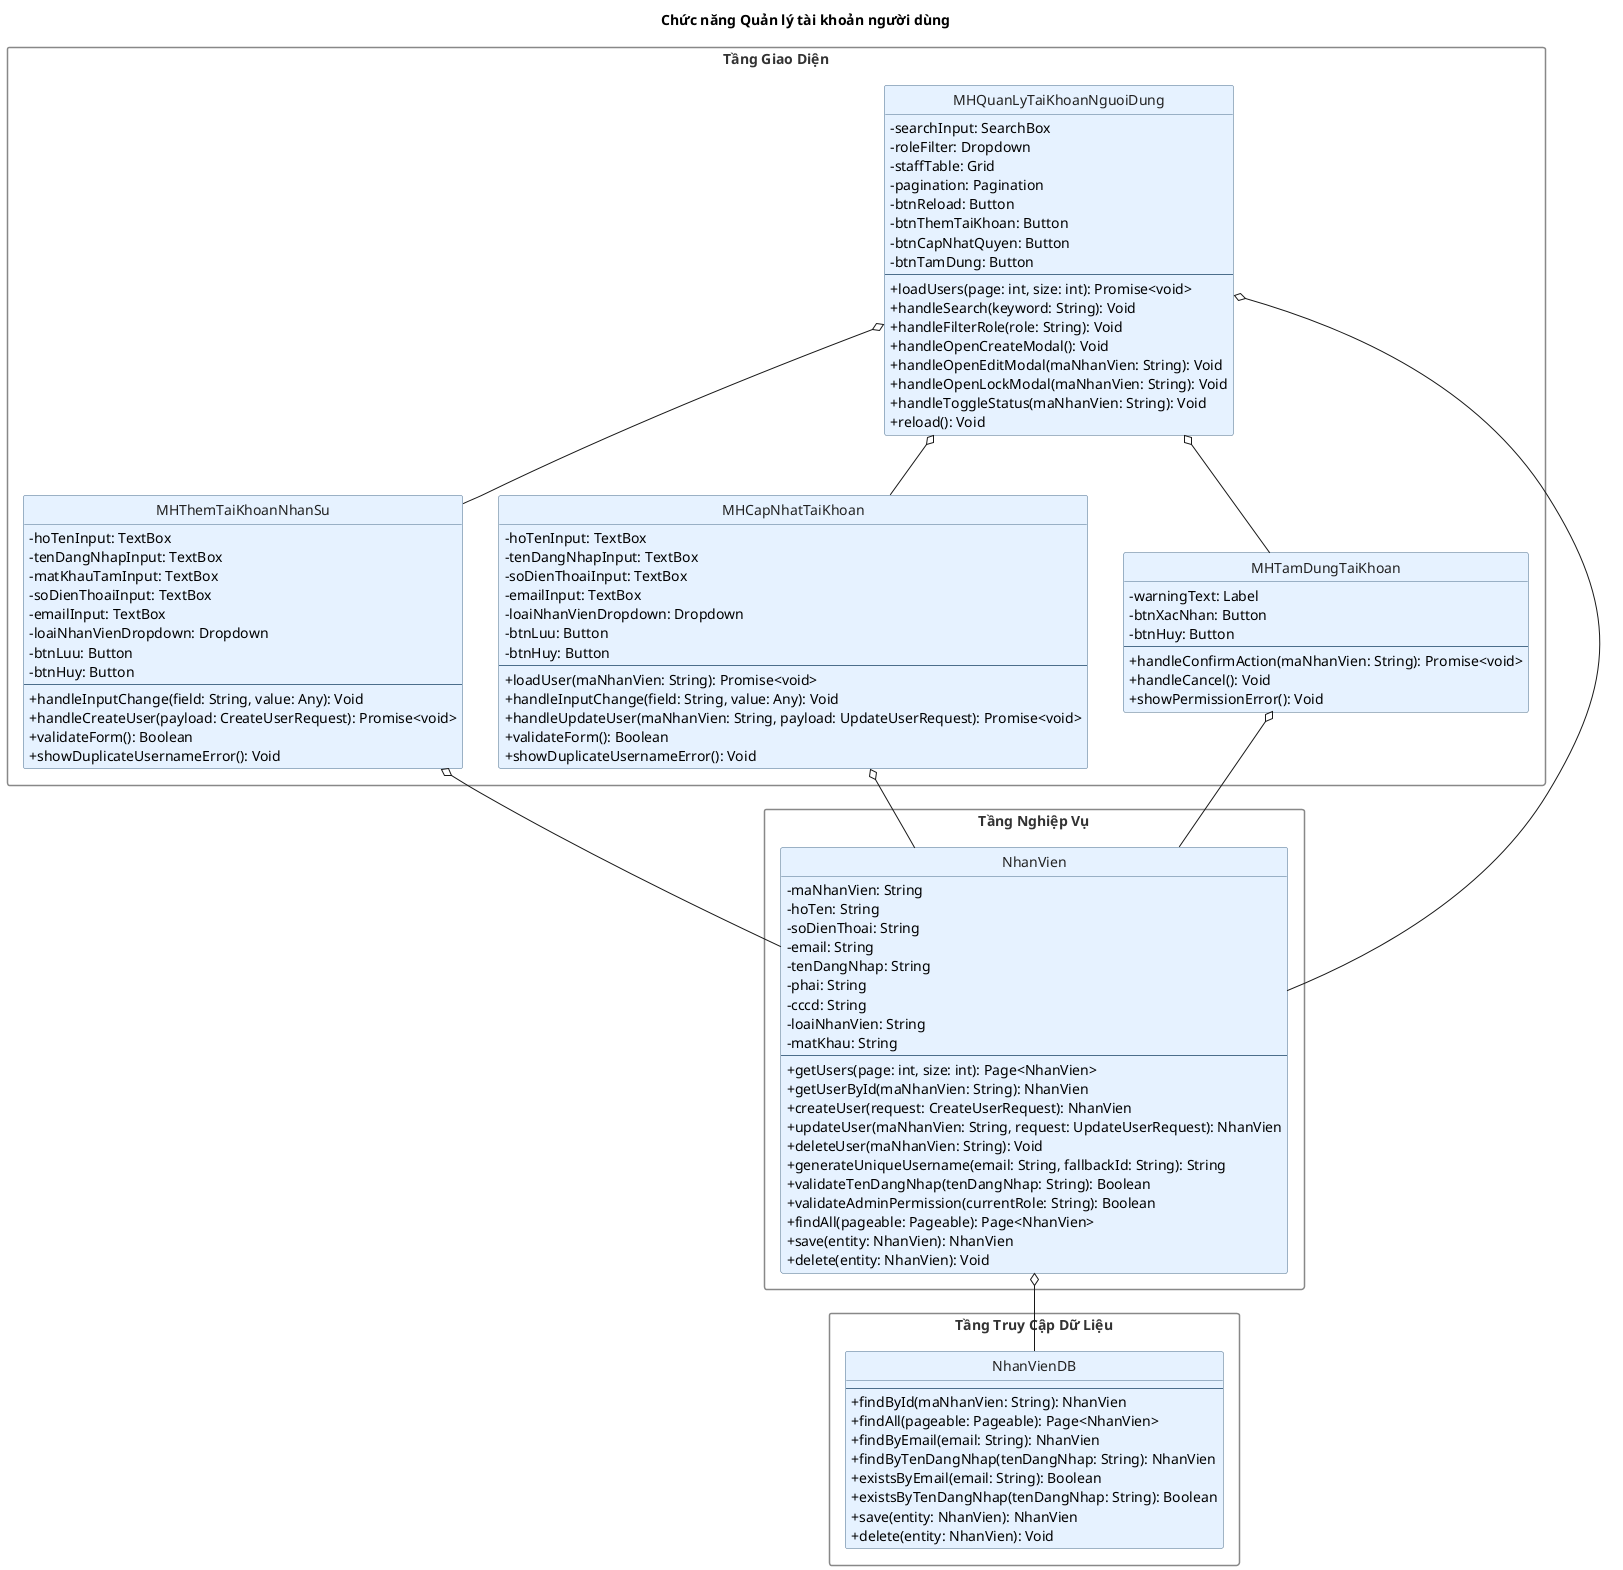
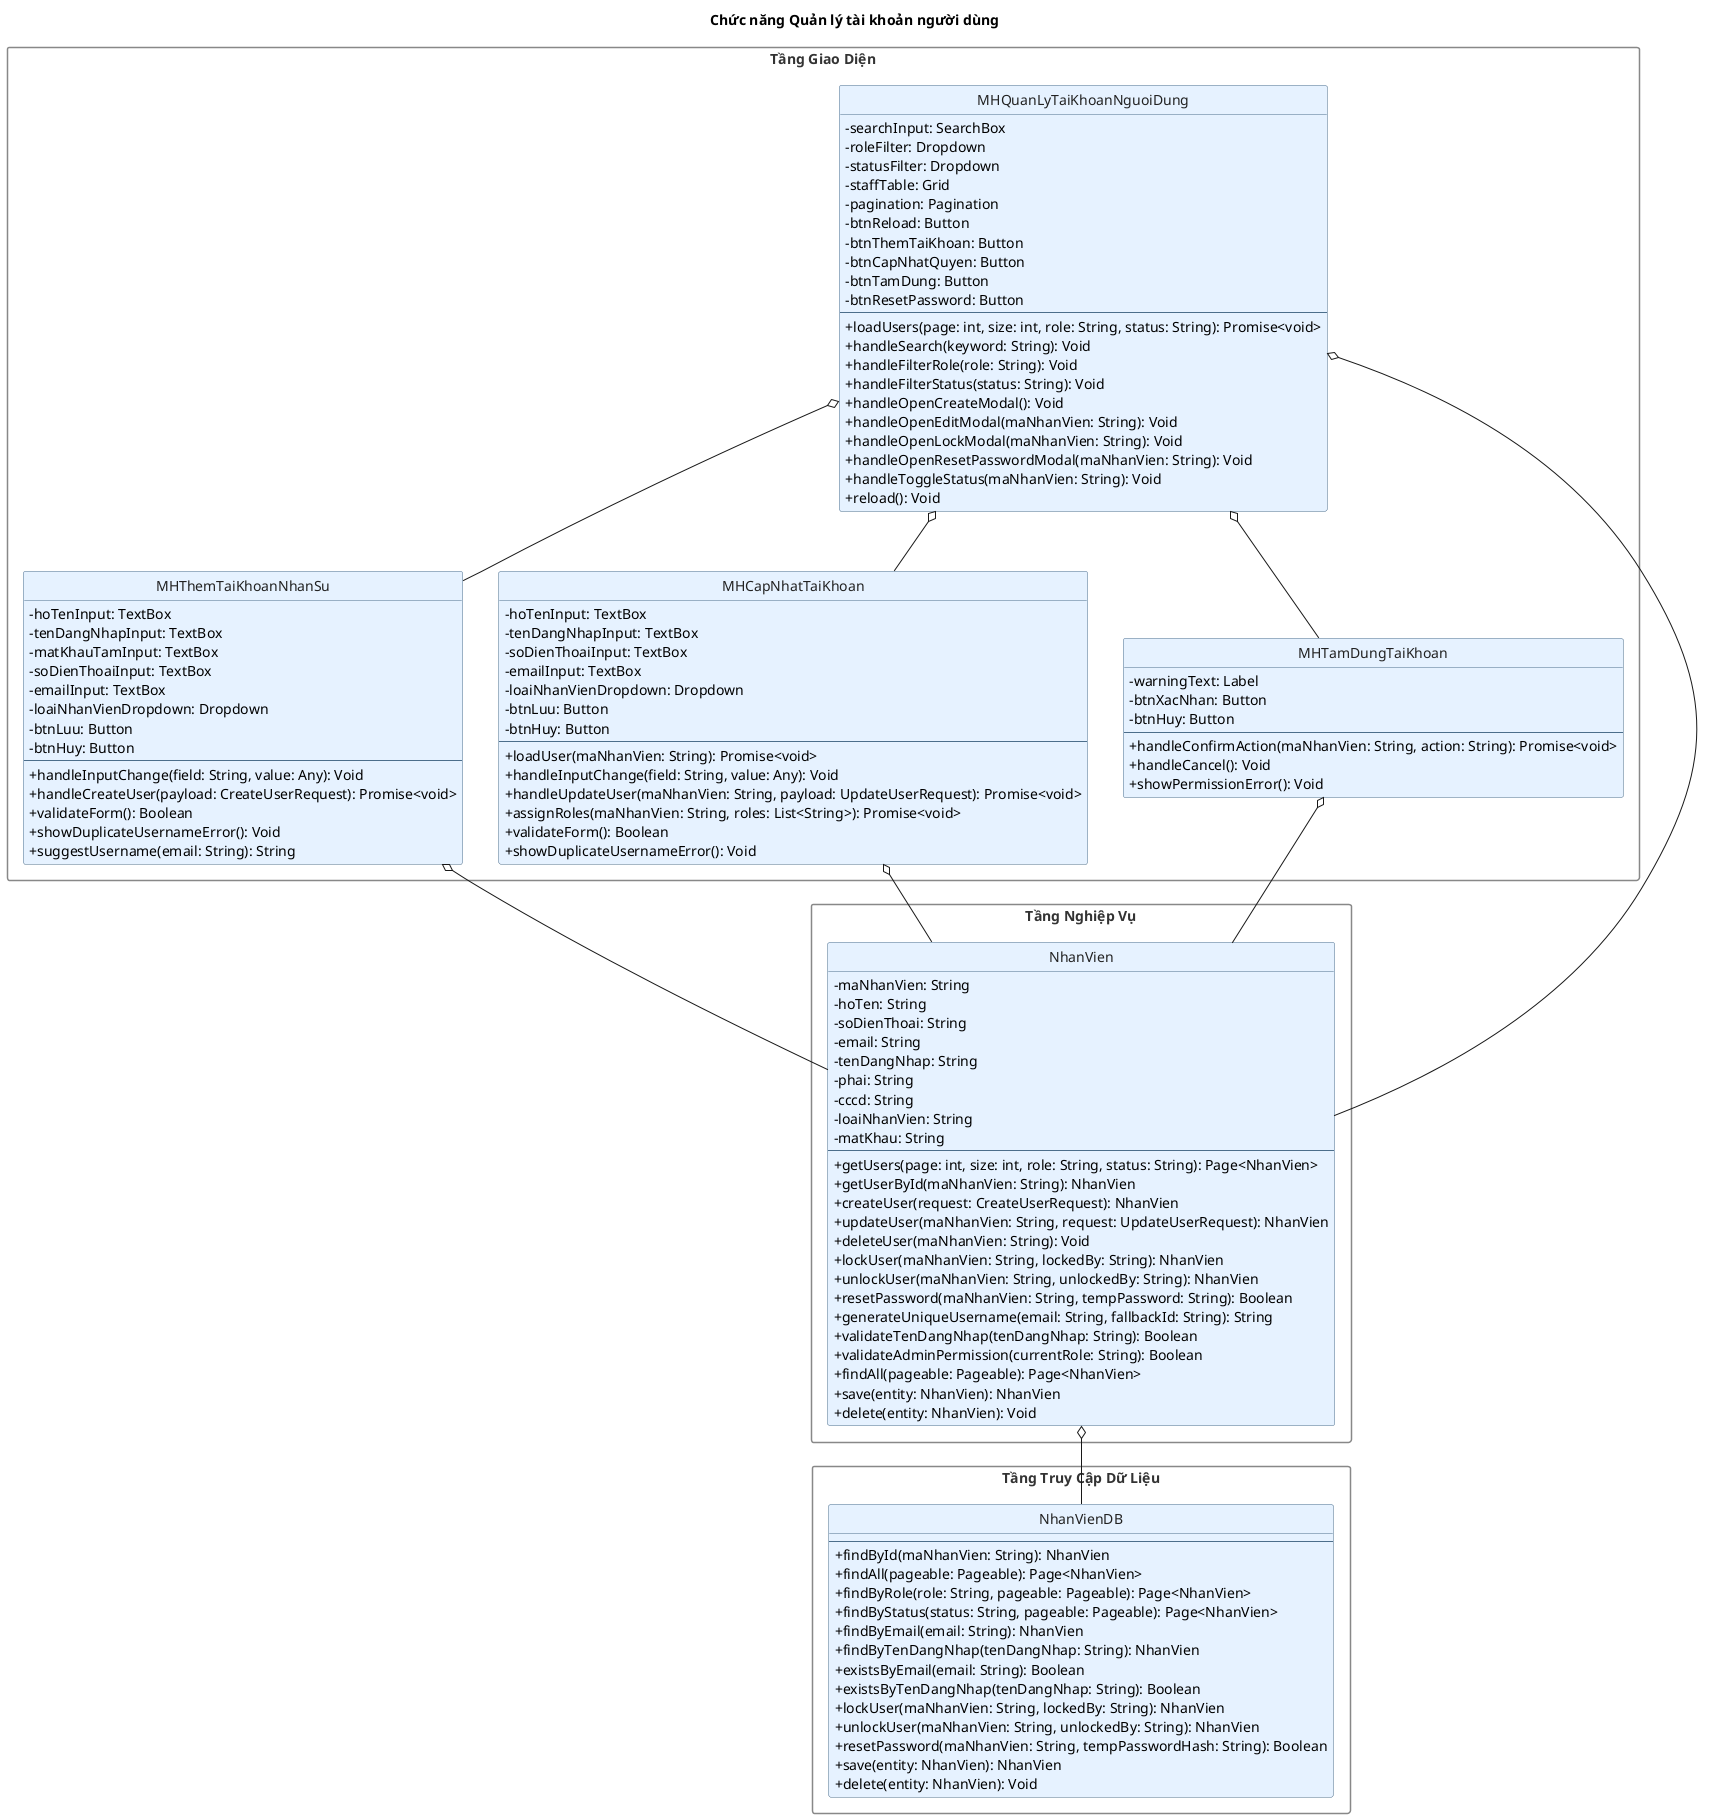
@startuml
title Chức năng Quản lý tài khoản người dùng

hide circle
skinparam shadowing false
skinparam classAttributeIconSize 0

skinparam class {
	BorderColor #4C6E8B
	BackgroundColor #E6F2FF
	FontColor #222222
}

skinparam package {
	BorderColor #888888
	FontColor #333333
	FontSize 14
	Style rectangle
}

' ================= TẦNG GIAO DIỆN =================
package "Tầng Giao Diện" as UI_Layer {
class MHQuanLyTaiKhoanNguoiDung {
	' Presentation (Settings.tsx - StaffTab)
	-searchInput: SearchBox
	-roleFilter: Dropdown
+ 	-statusFilter: Dropdown
	-staffTable: Grid
	-pagination: Pagination
	-btnReload: Button
	-btnThemTaiKhoan: Button
	-btnCapNhatQuyen: Button
	-btnTamDung: Button
+ 	-btnResetPassword: Button
	--
- 	+loadUsers(page: int, size: int): Promise<void>
+ 	+loadUsers(page: int, size: int, role: String, status: String): Promise<void>
	+handleSearch(keyword: String): Void
	+handleFilterRole(role: String): Void
+ 	+handleFilterStatus(status: String): Void
	+handleOpenCreateModal(): Void
	+handleOpenEditModal(maNhanVien: String): Void
	+handleOpenLockModal(maNhanVien: String): Void
+ 	+handleOpenResetPasswordModal(maNhanVien: String): Void
	+handleToggleStatus(maNhanVien: String): Void
	+reload(): Void
}

class MHThemTaiKhoanNhanSu {
	' Modal tạo tài khoản
	-hoTenInput: TextBox
	-tenDangNhapInput: TextBox
	-matKhauTamInput: TextBox
	-soDienThoaiInput: TextBox
	-emailInput: TextBox
	-loaiNhanVienDropdown: Dropdown
	-btnLuu: Button
	-btnHuy: Button
	--
	+handleInputChange(field: String, value: Any): Void
	+handleCreateUser(payload: CreateUserRequest): Promise<void>
	+validateForm(): Boolean
	+showDuplicateUsernameError(): Void
+ 	+suggestUsername(email: String): String
}

class MHCapNhatTaiKhoan {
	' Modal cập nhật quyền/thông tin tài khoản
	-hoTenInput: TextBox
	-tenDangNhapInput: TextBox
	-soDienThoaiInput: TextBox
	-emailInput: TextBox
	-loaiNhanVienDropdown: Dropdown
	-btnLuu: Button
	-btnHuy: Button
	--
	+loadUser(maNhanVien: String): Promise<void>
	+handleInputChange(field: String, value: Any): Void
	+handleUpdateUser(maNhanVien: String, payload: UpdateUserRequest): Promise<void>
+ 	+assignRoles(maNhanVien: String, roles: List<String>): Promise<void>
	+validateForm(): Boolean
	+showDuplicateUsernameError(): Void
}

class MHTamDungTaiKhoan {
	' Modal xác nhận tạm dừng/khóa truy cập
	-warningText: Label
	-btnXacNhan: Button
	-btnHuy: Button
	--
- 	+handleConfirmAction(maNhanVien: String): Promise<void>
+ 	+handleConfirmAction(maNhanVien: String, action: String): Promise<void>
	+handleCancel(): Void
	+showPermissionError(): Void
}
}

' ================= TẦNG NGHIỆP VỤ =================
package "Tầng Nghiệp Vụ" as BLL_Layer {

class NhanVien {
	' Entity + Service (NhanVien + UserService)
	-maNhanVien: String
	-hoTen: String
	-soDienThoai: String
	-email: String
	-tenDangNhap: String
	-phai: String
	-cccd: String
	-loaiNhanVien: String
	-matKhau: String
	--
- 	+getUsers(page: int, size: int): Page<NhanVien>
+ 	+getUsers(page: int, size: int, role: String, status: String): Page<NhanVien>
	+getUserById(maNhanVien: String): NhanVien
	+createUser(request: CreateUserRequest): NhanVien
	+updateUser(maNhanVien: String, request: UpdateUserRequest): NhanVien
	+deleteUser(maNhanVien: String): Void
+ 	+lockUser(maNhanVien: String, lockedBy: String): NhanVien
+ 	+unlockUser(maNhanVien: String, unlockedBy: String): NhanVien
+ 	+resetPassword(maNhanVien: String, tempPassword: String): Boolean
	+generateUniqueUsername(email: String, fallbackId: String): String
	+validateTenDangNhap(tenDangNhap: String): Boolean
	+validateAdminPermission(currentRole: String): Boolean
	+findAll(pageable: Pageable): Page<NhanVien>
	+save(entity: NhanVien): NhanVien
	+delete(entity: NhanVien): Void
}
}

' ================= TẦNG TRUY CẬP DỮ LIỆU =================
package "Tầng Truy Cập Dữ Liệu" as DAL_Layer {

class NhanVienDB {
	' Repository (NhanVienRepository)
	--
	+findById(maNhanVien: String): NhanVien
	+findAll(pageable: Pageable): Page<NhanVien>
+ 	+findByRole(role: String, pageable: Pageable): Page<NhanVien>
+ 	+findByStatus(status: String, pageable: Pageable): Page<NhanVien>
	+findByEmail(email: String): NhanVien
	+findByTenDangNhap(tenDangNhap: String): NhanVien
	+existsByEmail(email: String): Boolean
	+existsByTenDangNhap(tenDangNhap: String): Boolean
+ 	+lockUser(maNhanVien: String, lockedBy: String): NhanVien
+ 	+unlockUser(maNhanVien: String, unlockedBy: String): NhanVien
+ 	+resetPassword(maNhanVien: String, tempPasswordHash: String): Boolean
	+save(entity: NhanVien): NhanVien
	+delete(entity: NhanVien): Void
}
}

' ================= RELATIONSHIPS =================
' (Tầng Giao Diện -> Tầng Nghiệp Vụ)
MHQuanLyTaiKhoanNguoiDung o-- NhanVien
MHThemTaiKhoanNhanSu o-- NhanVien
MHCapNhatTaiKhoan o-- NhanVien
MHTamDungTaiKhoan o-- NhanVien

' (Điều hướng mở modal)
MHQuanLyTaiKhoanNguoiDung o-- MHThemTaiKhoanNhanSu
MHQuanLyTaiKhoanNguoiDung o-- MHCapNhatTaiKhoan
MHQuanLyTaiKhoanNguoiDung o-- MHTamDungTaiKhoan

+ 
' (Tầng Nghiệp Vụ -> Tầng Truy Cập Dữ Liệu)
NhanVien o-- NhanVienDB
@enduml
